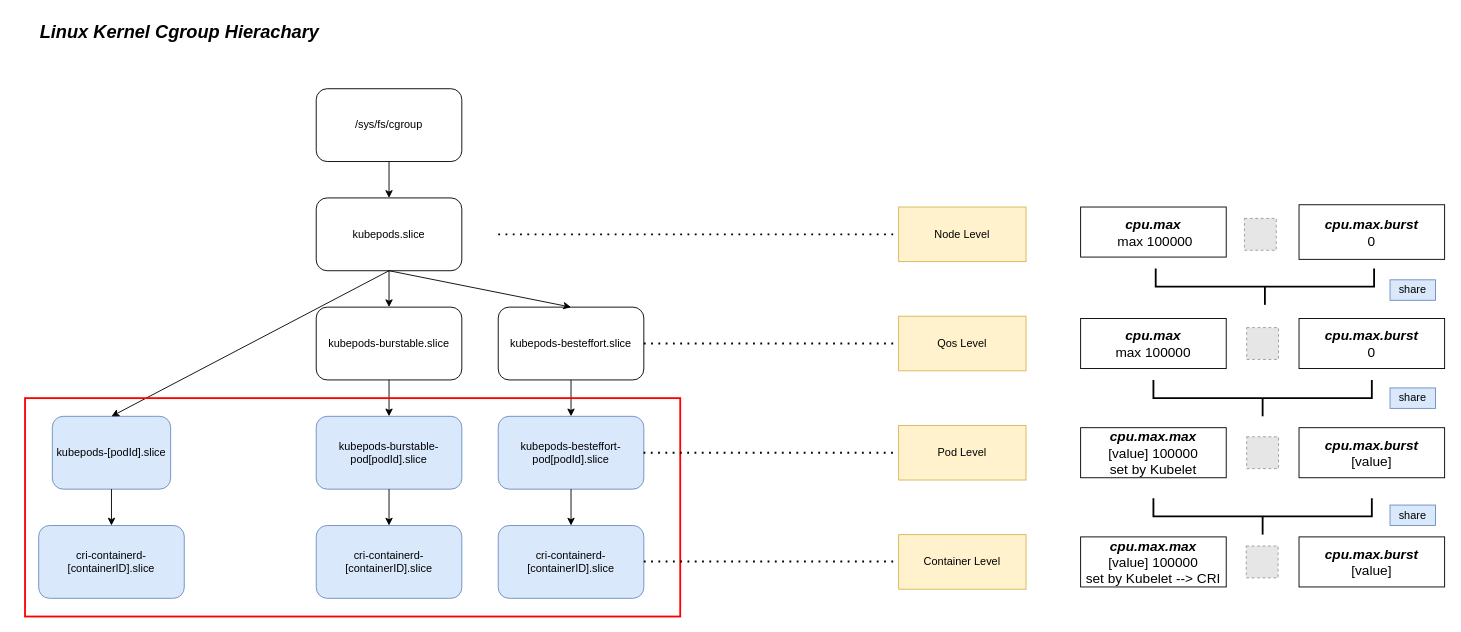
YanshanSong/draw.io keeps this draw.io diagram as cgroup-hierarchy.drawio. Above is the earlier version. Source tidied: cells renumbered, new cells numbered last; positions are measured from the earlier drawing's top-left corner, leaving out a move shared by most shapes. Both pictures are drawn from the tidied source at 91%, with x=0, y=0 at pixel (25, 15). Pictures stored in the file or linked from it are replaced by grey dashed boxes.
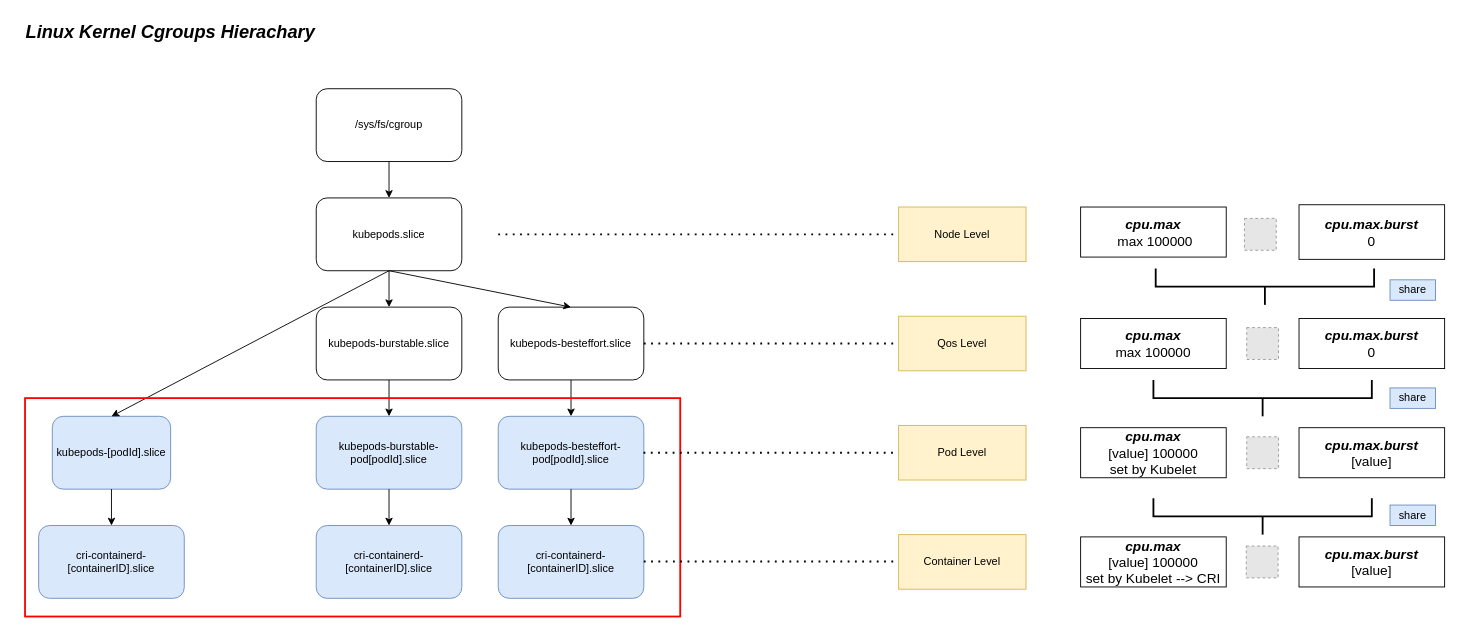
Above is the later version.

What changed in the source:
```diff
@@
-    <mxCell id="34" value="&lt;font style=&quot;font-size: 15px;&quot;&gt;&lt;b&gt;&lt;i&gt;cpu.max.max&lt;/i&gt;&lt;/b&gt;&lt;/font&gt;&lt;div&gt;&lt;span style=&quot;font-size: 15px;&quot;&gt;[value] 100000&lt;/span&gt;&lt;/div&gt;&lt;div&gt;&lt;span style=&quot;font-size: 15px;&quot;&gt;set by Kubelet&lt;/span&gt;&lt;/div&gt;" style="text;html=1;align=center;verticalAlign=middle;whiteSpace=wrap;rounded=0;strokeColor=default;" parent="1" vertex="1">
+    <mxCell id="34" value="&lt;font style=&quot;font-size: 15px;&quot;&gt;&lt;b&gt;&lt;i&gt;cpu.max&lt;/i&gt;&lt;/b&gt;&lt;/font&gt;&lt;div&gt;&lt;span style=&quot;font-size: 15px;&quot;&gt;[value] 100000&lt;/span&gt;&lt;/div&gt;&lt;div&gt;&lt;span style=&quot;font-size: 15px;&quot;&gt;set by Kubelet&lt;/span&gt;&lt;/div&gt;" style="text;html=1;align=center;verticalAlign=middle;whiteSpace=wrap;rounded=0;strokeColor=default;" parent="1" vertex="1">
       <mxGeometry x="1160" y="452.5" width="160" height="55" as="geometry" />
     </mxCell>
@@
-    <mxCell id="36" value="&lt;font style=&quot;font-size: 15px;&quot;&gt;&lt;b&gt;&lt;i&gt;cpu.max.max&lt;/i&gt;&lt;/b&gt;&lt;/font&gt;&lt;div&gt;&lt;span style=&quot;font-size: 15px;&quot;&gt;[value] 100000&lt;/span&gt;&lt;/div&gt;&lt;div&gt;&lt;span style=&quot;font-size: 15px;&quot;&gt;set by Kubelet --&amp;gt; CRI&lt;/span&gt;&lt;/div&gt;" style="text;html=1;align=center;verticalAlign=middle;whiteSpace=wrap;rounded=0;strokeColor=default;" parent="1" vertex="1">
+    <mxCell id="36" value="&lt;font style=&quot;font-size: 15px;&quot;&gt;&lt;b&gt;&lt;i&gt;cpu.max&lt;/i&gt;&lt;/b&gt;&lt;/font&gt;&lt;div&gt;&lt;span style=&quot;font-size: 15px;&quot;&gt;[value] 100000&lt;/span&gt;&lt;/div&gt;&lt;div&gt;&lt;span style=&quot;font-size: 15px;&quot;&gt;set by Kubelet --&amp;gt; CRI&lt;/span&gt;&lt;/div&gt;" style="text;html=1;align=center;verticalAlign=middle;whiteSpace=wrap;rounded=0;strokeColor=default;" parent="1" vertex="1">
       <mxGeometry x="1160" y="572.5" width="160" height="55" as="geometry" />
     </mxCell>
@@
-    <mxCell id="48" value="&lt;b&gt;&lt;i&gt;&lt;font style=&quot;font-size: 20px;&quot;&gt;Linux Kernel Cgroup Hierachary&lt;br&gt;&lt;/font&gt;&lt;/i&gt;&lt;/b&gt;&lt;div&gt;&lt;br&gt;&lt;/div&gt;" style="text;html=1;align=center;verticalAlign=middle;whiteSpace=wrap;rounded=0;strokeColor=none;strokeWidth=2;" parent="1" vertex="1">
-      <mxGeometry width="340" height="50" as="geometry" />
+    <mxCell id="48" value="&lt;b&gt;&lt;i&gt;&lt;font style=&quot;font-size: 20px;&quot;&gt;Linux Kernel Cgroups Hierachary&lt;br&gt;&lt;/font&gt;&lt;/i&gt;&lt;/b&gt;&lt;div&gt;&lt;br&gt;&lt;/div&gt;" style="text;html=1;align=center;verticalAlign=middle;whiteSpace=wrap;rounded=0;strokeColor=none;strokeWidth=2;" parent="1" vertex="1">
+      <mxGeometry x="-10" width="340" height="50" as="geometry" />
     </mxCell>
```
